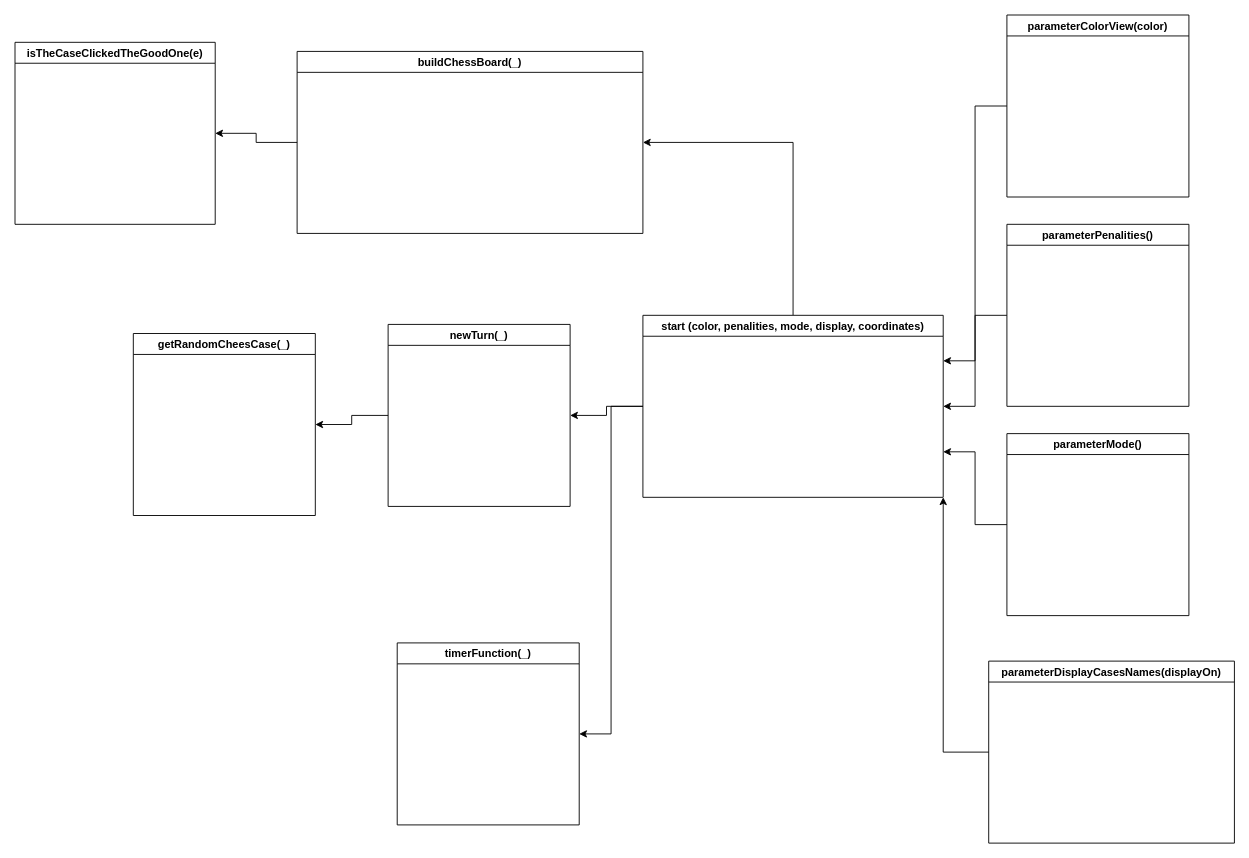
This is Untitled Diagram.drawio from LouisMaupas/chessCoordinateReverse, a draw.io file, before an edit. Source tidied: cells renumbered, new cells numbered last; positions are measured from the earlier drawing's top-left corner, leaving out a move shared by most shapes. Both pictures are drawn from the tidied source at 91%, with x=0, y=0 at pixel (15, 15).
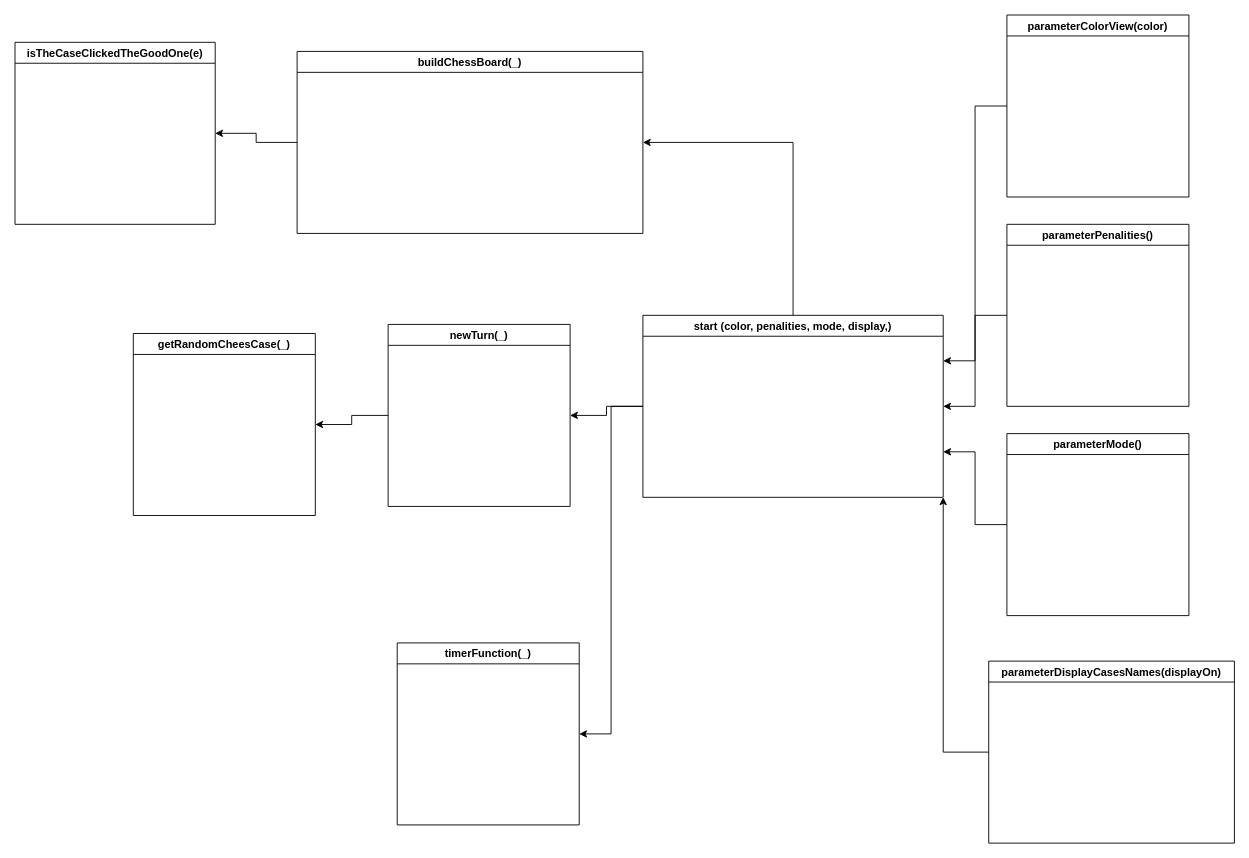
After the change.

Diff of the diagram source:
```diff
@@
-    <mxCell id="5" value="start (color, penalities, mode, display, coordinates)" style="swimlane;" parent="1" vertex="1">
+    <mxCell id="5" value="start (color, penalities, mode, display,)" style="swimlane;" parent="1" vertex="1">
       <mxGeometry x="690" y="330" width="330" height="200" as="geometry" />
     </mxCell>
```
